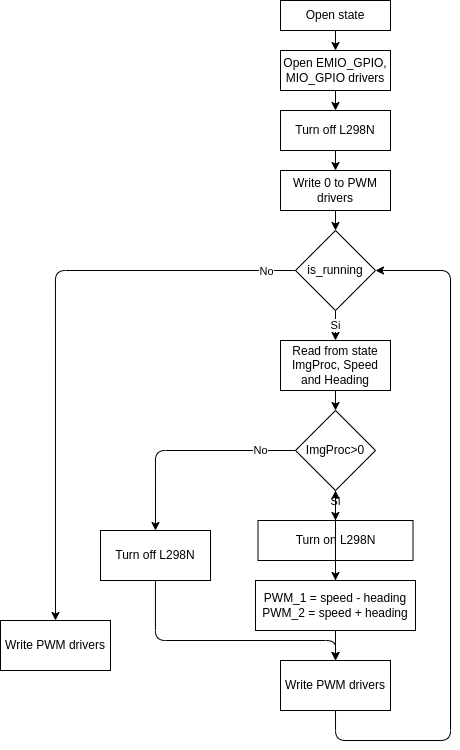
Above: doc/drive.png in kuhiu/smartnav-platform (draw.io), before the change. Source tidied: cells renumbered, new cells last; positions are measured from the earlier drawing's top-left corner, leaving out a move shared by most shapes. Source of this version:
```xml
<mxGraphModel>
  <root>
    <mxCell id="0" />
    <mxCell id="1" parent="0" />
    <mxCell id="2" style="edgeStyle=none;html=1;" parent="1" edge="1" source="3" target="5">
      <mxGeometry relative="1" as="geometry" />
    </mxCell>
    <mxCell id="3" value="Open state" style="rounded=0;whiteSpace=wrap;html=1;" parent="1" vertex="1">
      <mxGeometry x="280" width="110" height="30" as="geometry" />
    </mxCell>
    <mxCell id="4" style="edgeStyle=none;html=1;" parent="1" edge="1" source="5" target="7">
      <mxGeometry relative="1" as="geometry" />
    </mxCell>
    <mxCell id="5" value="Open EMIO_GPIO, MIO_GPIO drivers" style="rounded=0;whiteSpace=wrap;html=1;" parent="1" vertex="1">
      <mxGeometry x="280" y="50" width="110" height="40" as="geometry" />
    </mxCell>
    <mxCell id="6" style="edgeStyle=none;html=1;" parent="1" edge="1" source="7" target="9">
      <mxGeometry relative="1" as="geometry" />
    </mxCell>
    <mxCell id="7" value="Turn off L298N" style="rounded=0;whiteSpace=wrap;html=1;" parent="1" vertex="1">
      <mxGeometry x="280" y="110" width="110" height="40" as="geometry" />
    </mxCell>
    <mxCell id="8" style="edgeStyle=none;html=1;" parent="1" edge="1" source="9" target="13">
      <mxGeometry relative="1" as="geometry" />
    </mxCell>
    <mxCell id="9" value="Write 0 to PWM drivers" style="rounded=0;whiteSpace=wrap;html=1;" parent="1" vertex="1">
      <mxGeometry x="280" y="170" width="110" height="40" as="geometry" />
    </mxCell>
    <mxCell id="10" value="Si" style="edgeStyle=none;html=1;" parent="1" edge="1" source="13" target="15">
      <mxGeometry relative="1" as="geometry" />
    </mxCell>
    <mxCell id="11" style="edgeStyle=orthogonalEdgeStyle;html=1;entryX=0.5;entryY=0;entryDx=0;entryDy=0;" parent="1" edge="1" source="13" target="30">
      <mxGeometry relative="1" as="geometry" />
    </mxCell>
    <mxCell id="12" value="No" style="edgeLabel;html=1;align=center;verticalAlign=middle;" parent="11" vertex="1">
      <mxGeometry x="-0.85" y="1" relative="1" as="geometry">
        <mxPoint x="15" y="-1" as="offset" />
      </mxGeometry>
    </mxCell>
    <mxCell id="13" value="is_running" style="rhombus;whiteSpace=wrap;html=1;" parent="1" vertex="1">
      <mxGeometry x="295" y="230" width="80" height="80" as="geometry" />
    </mxCell>
    <mxCell id="14" style="edgeStyle=none;html=1;entryX=0.5;entryY=0;entryDx=0;entryDy=0;" parent="1" edge="1" source="15" target="22">
      <mxGeometry relative="1" as="geometry" />
    </mxCell>
    <mxCell id="15" value="Read from state ImgProc, Speed and Heading" style="rounded=0;whiteSpace=wrap;html=1;" parent="1" vertex="1">
      <mxGeometry x="280" y="340" width="110" height="50" as="geometry" />
    </mxCell>
    <mxCell id="16" style="edgeStyle=orthogonalEdgeStyle;html=1;entryX=0.5;entryY=0;entryDx=0;entryDy=0;" parent="1" edge="1" source="17" target="29">
      <mxGeometry relative="1" as="geometry" />
    </mxCell>
    <mxCell id="17" value="Turn on L298N" style="rounded=0;whiteSpace=wrap;html=1;" parent="1" vertex="1">
      <mxGeometry x="257.5" y="520" width="155" height="40" as="geometry" />
    </mxCell>
    <mxCell id="18" style="edgeStyle=none;html=1;entryX=0.5;entryY=0;entryDx=0;entryDy=0;" parent="1" edge="1" source="22" target="17">
      <mxGeometry relative="1" as="geometry" />
    </mxCell>
    <mxCell id="19" value="Si" style="edgeLabel;html=1;align=center;verticalAlign=middle;" parent="18" vertex="1">
      <mxGeometry x="-0.29" y="-1" relative="1" as="geometry" />
    </mxCell>
    <mxCell id="20" style="edgeStyle=orthogonalEdgeStyle;html=1;entryX=0.5;entryY=0;entryDx=0;entryDy=0;" parent="1" edge="1" source="22" target="24">
      <mxGeometry relative="1" as="geometry" />
    </mxCell>
    <mxCell id="21" value="No" style="edgeLabel;html=1;align=center;verticalAlign=middle;" parent="20" vertex="1">
      <mxGeometry x="-0.68" y="-1" relative="1" as="geometry" />
    </mxCell>
    <mxCell id="22" value="ImgProc&amp;gt;0" style="rhombus;whiteSpace=wrap;html=1;" parent="1" vertex="1">
      <mxGeometry x="295" y="410" width="80" height="80" as="geometry" />
    </mxCell>
    <mxCell id="23" style="edgeStyle=orthogonalEdgeStyle;html=1;entryX=0.5;entryY=0;entryDx=0;entryDy=0;" parent="1" edge="1" source="24" target="26">
      <mxGeometry relative="1" as="geometry">
        <Array as="points">
          <mxPoint x="155" y="640" />
          <mxPoint x="335" y="640" />
        </Array>
      </mxGeometry>
    </mxCell>
    <mxCell id="24" value="Turn off L298N" style="rounded=0;whiteSpace=wrap;html=1;" parent="1" vertex="1">
      <mxGeometry x="100" y="530" width="110" height="50" as="geometry" />
    </mxCell>
    <mxCell id="25" style="edgeStyle=orthogonalEdgeStyle;html=1;entryX=1;entryY=0.5;entryDx=0;entryDy=0;exitX=0.5;exitY=1;exitDx=0;exitDy=0;" parent="1" edge="1" source="26" target="13">
      <mxGeometry relative="1" as="geometry">
        <Array as="points">
          <mxPoint x="335" y="740" />
          <mxPoint x="450" y="740" />
          <mxPoint x="450" y="270" />
        </Array>
      </mxGeometry>
    </mxCell>
    <mxCell id="26" value="&lt;span&gt;Write PWM drivers&lt;/span&gt;" style="rounded=0;whiteSpace=wrap;html=1;" parent="1" vertex="1">
      <mxGeometry x="280" y="660" width="110" height="50" as="geometry" />
    </mxCell>
    <mxCell id="27" style="edgeStyle=orthogonalEdgeStyle;html=1;entryX=0.5;entryY=0;entryDx=0;entryDy=0;" parent="1" edge="1" source="29" target="26">
      <mxGeometry relative="1" as="geometry" />
    </mxCell>
    <mxCell id="28" style="edgeStyle=orthogonalEdgeStyle;html=1;" parent="1" edge="1" source="29" target="22">
      <mxGeometry relative="1" as="geometry" />
    </mxCell>
    <mxCell id="29" value="PWM_1 = speed - heading&lt;br&gt;&lt;span style=&quot;color: rgba(0 , 0 , 0 , 0) ; font-family: monospace ; font-size: 0px&quot;&gt;%&lt;/span&gt;PWM_2 = speed + heading&lt;span style=&quot;color: rgba(0 , 0 , 0 , 0) ; font-family: monospace ; font-size: 0px&quot;&gt;3CmxGraphModel%3E%3Croot%3E%3CmxCell%20id%3D%220%22%2F%3E%3CmxCell%20id%3D%221%22%20parent%3D%220%22%2F%3E%3CmxCell%20id%3D%222%22%20value%3D%22Read%20from%20state%20ImgProc%2C%20Speed%20and%20Heading%22%20style%3D%22rounded%3D0%3BwhiteSpace%3Dwrap%3Bhtml%3D1%3B%22%20vertex%3D%221%22%20parent%3D%221%22%3E%3CmxGeometry%20x%3D%22400%22%20y%3D%22350%22%20width%3D%22110%22%20height%3D%2250%22%20as%3D%22geometry%22%2F%3E%3C%2FmxCell%3E%3C%2Froot%3E%3C%2FmxGraphModel%3E&lt;/span&gt;" style="rounded=0;whiteSpace=wrap;html=1;" parent="1" vertex="1">
      <mxGeometry x="255" y="580" width="160" height="50" as="geometry" />
    </mxCell>
    <mxCell id="30" value="&lt;span&gt;Write PWM drivers&lt;/span&gt;" style="rounded=0;whiteSpace=wrap;html=1;" parent="1" vertex="1">
      <mxGeometry y="620" width="110" height="50" as="geometry" />
    </mxCell>
  </root>
</mxGraphModel>
```
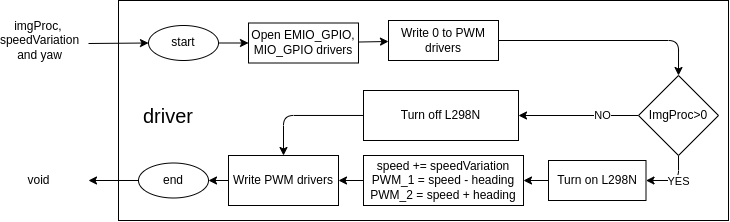
The same diagram one commit later.

Change to the diagram source:
```diff
@@ -2,105 +2,101 @@
   <root>
     <mxCell id="0" />
     <mxCell id="1" parent="0" />
-    <mxCell id="2" style="edgeStyle=none;html=1;" parent="1" edge="1" source="3" target="5">
-      <mxGeometry relative="1" as="geometry" />
-    </mxCell>
-    <mxCell id="3" value="Open state" style="rounded=0;whiteSpace=wrap;html=1;" parent="1" vertex="1">
-      <mxGeometry x="280" width="110" height="30" as="geometry" />
-    </mxCell>
-    <mxCell id="4" style="edgeStyle=none;html=1;" parent="1" edge="1" source="5" target="7">
-      <mxGeometry relative="1" as="geometry" />
-    </mxCell>
+    <mxCell id="31" style="rounded=0;whiteSpace=wrap;html=1;fillColor=none;" parent="1" vertex="1">
+      <mxGeometry x="70" y="30" width="610" height="220" as="geometry" />
+    </mxCell>
+    <mxCell id="32" style="edgeStyle=none;html=1;startArrow=classic;startFill=1;endArrow=none;endFill=0;" parent="1" edge="1" source="38">
+      <mxGeometry relative="1" as="geometry">
+        <mxPoint x="40" y="73" as="targetPoint" />
+      </mxGeometry>
+    </mxCell>
+    <mxCell id="33" value="&lt;span style=&quot;font-size: 12px&quot;&gt;imgProc, &lt;br&gt;speedVariation&lt;br&gt;and yaw&lt;/span&gt;" style="edgeLabel;html=1;align=center;verticalAlign=middle;labelBackgroundColor=none;" parent="32" vertex="1">
+      <mxGeometry x="0.5" relative="1" as="geometry">
+        <mxPoint x="-65" y="-3" as="offset" />
+      </mxGeometry>
+    </mxCell>
+    <mxCell id="34" style="edgeStyle=none;html=1;startArrow=none;startFill=0;endArrow=classic;endFill=1;" parent="1" edge="1" source="5" target="9">
+      <mxGeometry relative="1" as="geometry" />
+    </mxCell>
     <mxCell id="5" value="Open EMIO_GPIO, MIO_GPIO drivers" style="rounded=0;whiteSpace=wrap;html=1;" parent="1" vertex="1">
-      <mxGeometry x="280" y="50" width="110" height="40" as="geometry" />
+      <mxGeometry x="200" y="52.5" width="110" height="40" as="geometry" />
     </mxCell>
-    <mxCell id="6" style="edgeStyle=none;html=1;" parent="1" edge="1" source="7" target="9">
-      <mxGeometry relative="1" as="geometry" />
-    </mxCell>
-    <mxCell id="7" value="Turn off L298N" style="rounded=0;whiteSpace=wrap;html=1;" parent="1" vertex="1">
-      <mxGeometry x="280" y="110" width="110" height="40" as="geometry" />
-    </mxCell>
-    <mxCell id="8" style="edgeStyle=none;html=1;" parent="1" edge="1" source="9" target="13">
-      <mxGeometry relative="1" as="geometry" />
-    </mxCell>
+    <mxCell id="35" style="edgeStyle=orthogonalEdgeStyle;html=1;entryX=0.5;entryY=0;entryDx=0;entryDy=0;" parent="1" edge="1" source="9" target="22">
+      <mxGeometry relative="1" as="geometry" />
+    </mxCell>
     <mxCell id="9" value="Write 0 to PWM drivers" style="rounded=0;whiteSpace=wrap;html=1;" parent="1" vertex="1">
-      <mxGeometry x="280" y="170" width="110" height="40" as="geometry" />
+      <mxGeometry x="340" y="50" width="110" height="40" as="geometry" />
     </mxCell>
-    <mxCell id="10" value="Si" style="edgeStyle=none;html=1;" parent="1" edge="1" source="13" target="15">
-      <mxGeometry relative="1" as="geometry" />
-    </mxCell>
-    <mxCell id="11" style="edgeStyle=orthogonalEdgeStyle;html=1;entryX=0.5;entryY=0;entryDx=0;entryDy=0;" parent="1" edge="1" source="13" target="30">
-      <mxGeometry relative="1" as="geometry" />
-    </mxCell>
-    <mxCell id="12" value="No" style="edgeLabel;html=1;align=center;verticalAlign=middle;" parent="11" vertex="1">
-      <mxGeometry x="-0.85" y="1" relative="1" as="geometry">
-        <mxPoint x="15" y="-1" as="offset" />
-      </mxGeometry>
-    </mxCell>
-    <mxCell id="13" value="is_running" style="rhombus;whiteSpace=wrap;html=1;" parent="1" vertex="1">
-      <mxGeometry x="295" y="230" width="80" height="80" as="geometry" />
-    </mxCell>
-    <mxCell id="14" style="edgeStyle=none;html=1;entryX=0.5;entryY=0;entryDx=0;entryDy=0;" parent="1" edge="1" source="15" target="22">
-      <mxGeometry relative="1" as="geometry" />
-    </mxCell>
-    <mxCell id="15" value="Read from state ImgProc, Speed and Heading" style="rounded=0;whiteSpace=wrap;html=1;" parent="1" vertex="1">
-      <mxGeometry x="280" y="340" width="110" height="50" as="geometry" />
-    </mxCell>
-    <mxCell id="16" style="edgeStyle=orthogonalEdgeStyle;html=1;entryX=0.5;entryY=0;entryDx=0;entryDy=0;" parent="1" edge="1" source="17" target="29">
+    <mxCell id="16" style="edgeStyle=orthogonalEdgeStyle;html=1;entryX=1;entryY=0.5;entryDx=0;entryDy=0;" parent="1" edge="1" source="17" target="29">
       <mxGeometry relative="1" as="geometry" />
     </mxCell>
     <mxCell id="17" value="Turn on L298N" style="rounded=0;whiteSpace=wrap;html=1;" parent="1" vertex="1">
-      <mxGeometry x="257.5" y="520" width="155" height="40" as="geometry" />
+      <mxGeometry x="500" y="190" width="97.5" height="40" as="geometry" />
     </mxCell>
-    <mxCell id="18" style="edgeStyle=none;html=1;entryX=0.5;entryY=0;entryDx=0;entryDy=0;" parent="1" edge="1" source="22" target="17">
-      <mxGeometry relative="1" as="geometry" />
+    <mxCell id="18" style="edgeStyle=orthogonalEdgeStyle;html=1;entryX=1;entryY=0.5;entryDx=0;entryDy=0;exitX=0.5;exitY=1;exitDx=0;exitDy=0;" parent="1" edge="1" source="22" target="17">
+      <mxGeometry relative="1" as="geometry">
+        <Array as="points">
+          <mxPoint x="630" y="210" />
+        </Array>
+      </mxGeometry>
     </mxCell>
-    <mxCell id="19" value="Si" style="edgeLabel;html=1;align=center;verticalAlign=middle;" parent="18" vertex="1">
-      <mxGeometry x="-0.29" y="-1" relative="1" as="geometry" />
+    <mxCell id="19" value="YES" style="edgeLabel;html=1;align=center;verticalAlign=middle;" parent="18" vertex="1">
+      <mxGeometry x="-0.29" y="-1" relative="1" as="geometry">
+        <mxPoint x="1" y="5" as="offset" />
+      </mxGeometry>
     </mxCell>
-    <mxCell id="20" style="edgeStyle=orthogonalEdgeStyle;html=1;entryX=0.5;entryY=0;entryDx=0;entryDy=0;" parent="1" edge="1" source="22" target="24">
+    <mxCell id="20" style="edgeStyle=orthogonalEdgeStyle;html=1;entryX=1;entryY=0.5;entryDx=0;entryDy=0;" parent="1" edge="1" source="22" target="24">
       <mxGeometry relative="1" as="geometry" />
     </mxCell>
-    <mxCell id="21" value="No" style="edgeLabel;html=1;align=center;verticalAlign=middle;" parent="20" vertex="1">
-      <mxGeometry x="-0.68" y="-1" relative="1" as="geometry" />
+    <mxCell id="21" value="NO" style="edgeLabel;html=1;align=center;verticalAlign=middle;" parent="20" vertex="1">
+      <mxGeometry x="-0.68" y="-1" relative="1" as="geometry">
+        <mxPoint x="-17" y="1" as="offset" />
+      </mxGeometry>
     </mxCell>
     <mxCell id="22" value="ImgProc&amp;gt;0" style="rhombus;whiteSpace=wrap;html=1;" parent="1" vertex="1">
-      <mxGeometry x="295" y="410" width="80" height="80" as="geometry" />
+      <mxGeometry x="590" y="105" width="80" height="80" as="geometry" />
     </mxCell>
     <mxCell id="23" style="edgeStyle=orthogonalEdgeStyle;html=1;entryX=0.5;entryY=0;entryDx=0;entryDy=0;" parent="1" edge="1" source="24" target="26">
       <mxGeometry relative="1" as="geometry">
         <Array as="points">
-          <mxPoint x="155" y="640" />
-          <mxPoint x="335" y="640" />
+          <mxPoint x="235" y="145" />
         </Array>
       </mxGeometry>
     </mxCell>
     <mxCell id="24" value="Turn off L298N" style="rounded=0;whiteSpace=wrap;html=1;" parent="1" vertex="1">
-      <mxGeometry x="100" y="530" width="110" height="50" as="geometry" />
+      <mxGeometry x="315" y="120" width="155" height="50" as="geometry" />
     </mxCell>
-    <mxCell id="25" style="edgeStyle=orthogonalEdgeStyle;html=1;entryX=1;entryY=0.5;entryDx=0;entryDy=0;exitX=0.5;exitY=1;exitDx=0;exitDy=0;" parent="1" edge="1" source="26" target="13">
-      <mxGeometry relative="1" as="geometry">
-        <Array as="points">
-          <mxPoint x="335" y="740" />
-          <mxPoint x="450" y="740" />
-          <mxPoint x="450" y="270" />
-        </Array>
-      </mxGeometry>
-    </mxCell>
+    <mxCell id="36" style="edgeStyle=none;html=1;entryX=1;entryY=0.5;entryDx=0;entryDy=0;startArrow=none;startFill=0;endArrow=classic;endFill=1;" parent="1" edge="1" source="26" target="40">
+      <mxGeometry relative="1" as="geometry" />
+    </mxCell>
     <mxCell id="26" value="&lt;span&gt;Write PWM drivers&lt;/span&gt;" style="rounded=0;whiteSpace=wrap;html=1;" parent="1" vertex="1">
-      <mxGeometry x="280" y="660" width="110" height="50" as="geometry" />
+      <mxGeometry x="180" y="185" width="110" height="50" as="geometry" />
     </mxCell>
-    <mxCell id="27" style="edgeStyle=orthogonalEdgeStyle;html=1;entryX=0.5;entryY=0;entryDx=0;entryDy=0;" parent="1" edge="1" source="29" target="26">
+    <mxCell id="27" style="edgeStyle=orthogonalEdgeStyle;html=1;exitX=0;exitY=0.5;exitDx=0;exitDy=0;entryX=1;entryY=0.5;entryDx=0;entryDy=0;" parent="1" edge="1" source="29" target="26">
       <mxGeometry relative="1" as="geometry" />
     </mxCell>
-    <mxCell id="28" style="edgeStyle=orthogonalEdgeStyle;html=1;" parent="1" edge="1" source="29" target="22">
-      <mxGeometry relative="1" as="geometry" />
-    </mxCell>
-    <mxCell id="29" value="PWM_1 = speed - heading&lt;br&gt;&lt;span style=&quot;color: rgba(0 , 0 , 0 , 0) ; font-family: monospace ; font-size: 0px&quot;&gt;%&lt;/span&gt;PWM_2 = speed + heading&lt;span style=&quot;color: rgba(0 , 0 , 0 , 0) ; font-family: monospace ; font-size: 0px&quot;&gt;3CmxGraphModel%3E%3Croot%3E%3CmxCell%20id%3D%220%22%2F%3E%3CmxCell%20id%3D%221%22%20parent%3D%220%22%2F%3E%3CmxCell%20id%3D%222%22%20value%3D%22Read%20from%20state%20ImgProc%2C%20Speed%20and%20Heading%22%20style%3D%22rounded%3D0%3BwhiteSpace%3Dwrap%3Bhtml%3D1%3B%22%20vertex%3D%221%22%20parent%3D%221%22%3E%3CmxGeometry%20x%3D%22400%22%20y%3D%22350%22%20width%3D%22110%22%20height%3D%2250%22%20as%3D%22geometry%22%2F%3E%3C%2FmxCell%3E%3C%2Froot%3E%3C%2FmxGraphModel%3E&lt;/span&gt;" style="rounded=0;whiteSpace=wrap;html=1;" parent="1" vertex="1">
-      <mxGeometry x="255" y="580" width="160" height="50" as="geometry" />
+    <mxCell id="29" value="speed += speedVariation&lt;br&gt;PWM_1 = speed - heading&lt;br&gt;&lt;span style=&quot;color: rgba(0 , 0 , 0 , 0) ; font-family: monospace ; font-size: 0px&quot;&gt;%&lt;/span&gt;PWM_2 = speed + heading&lt;span style=&quot;color: rgba(0 , 0 , 0 , 0) ; font-family: monospace ; font-size: 0px&quot;&gt;3CmxGraphModel%3E%3Croot%3E%3CmxCell%20id%3D%220%22%2F%3E%3CmxCell%20id%3D%221%22%20parent%3D%220%22%2F%3E%3CmxCell%20id%3D%222%22%20value%3D%22Read%20from%20state%20ImgProc%2C%20Speed%20and%20Heading%22%20style%3D%22rounded%3D0%3BwhiteSpace%3Dwrap%3Bhtml%3D1%3B%22%20vertex%3D%221%22%20parent%3D%221%22%3E%3CmxGeometry%20x%3D%22400%22%20y%3D%22350%22%20width%3D%22110%22%20height%3D%2250%22%20as%3D%22geometry%22%2F%3E%3C%2FmxCell%3E%3C%2Froot%3E%3C%2FmxGraphModel%3E&lt;/span&gt;" style="rounded=0;whiteSpace=wrap;html=1;" parent="1" vertex="1">
+      <mxGeometry x="315" y="185" width="160" height="50" as="geometry" />
     </mxCell>
-    <mxCell id="30" value="&lt;span&gt;Write PWM drivers&lt;/span&gt;" style="rounded=0;whiteSpace=wrap;html=1;" parent="1" vertex="1">
-      <mxGeometry y="620" width="110" height="50" as="geometry" />
-    </mxCell>
+    <mxCell id="37" style="edgeStyle=none;html=1;entryX=0;entryY=0.5;entryDx=0;entryDy=0;" parent="1" edge="1" source="38" target="5">
+      <mxGeometry relative="1" as="geometry" />
+    </mxCell>
+    <mxCell id="38" value="start" style="ellipse;whiteSpace=wrap;html=1;fillColor=none;" parent="1" vertex="1">
+      <mxGeometry x="100" y="55" width="70" height="35" as="geometry" />
+    </mxCell>
+    <mxCell id="39" style="edgeStyle=none;html=1;startArrow=none;startFill=0;endArrow=classic;endFill=1;" parent="1" edge="1" source="40">
+      <mxGeometry relative="1" as="geometry">
+        <mxPoint x="40" y="210" as="targetPoint" />
+      </mxGeometry>
+    </mxCell>
+    <mxCell id="40" value="end" style="ellipse;whiteSpace=wrap;html=1;fillColor=none;" parent="1" vertex="1">
+      <mxGeometry x="90" y="192.5" width="70" height="35" as="geometry" />
+    </mxCell>
+    <mxCell id="41" value="driver" style="text;html=1;strokeColor=none;fillColor=none;align=center;verticalAlign=middle;whiteSpace=wrap;rounded=0;strokeWidth=1;fontSize=20;" parent="1" vertex="1">
+      <mxGeometry x="90" y="130" width="60" height="30" as="geometry" />
+    </mxCell>
+    <mxCell id="42" value="&lt;span style=&quot;font-size: 12px&quot;&gt;void&lt;/span&gt;" style="edgeLabel;html=1;align=center;verticalAlign=middle;labelBackgroundColor=none;" parent="1" vertex="1">
+      <mxGeometry x="-10" y="210" as="geometry" />
+    </mxCell>
   </root>
 </mxGraphModel>
```
